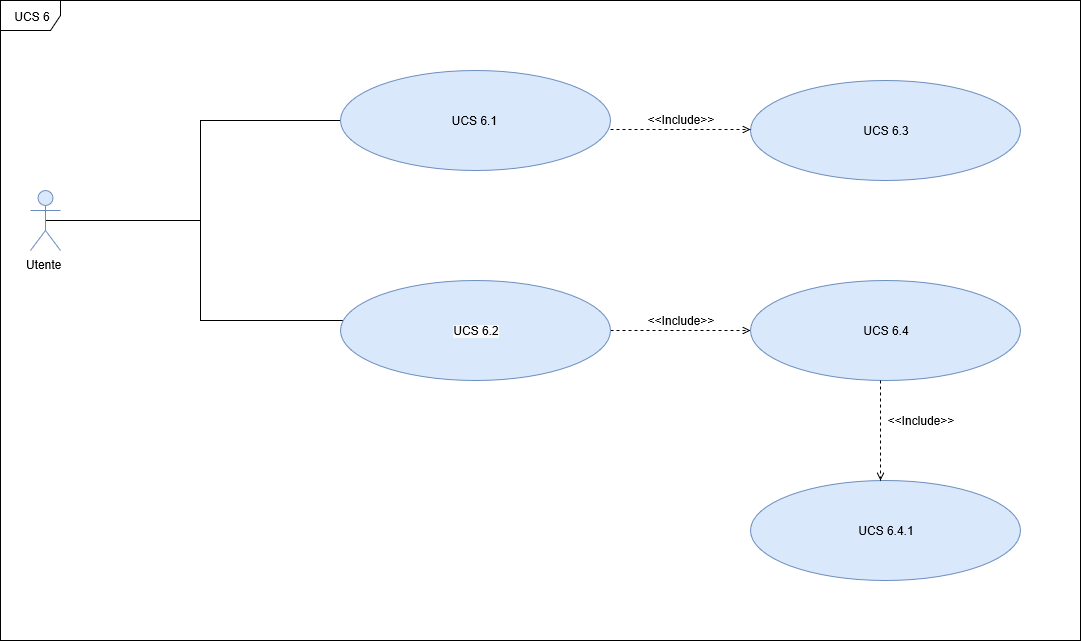
Above: DocumentazioneEsterna/AnalisiRequisiti/sezioni/UseCase/Immagini/UCS6.png in qb-team/Stalker-Documentazione (draw.io), before the change. Source tidied: cells renumbered, new cells last; positions are measured from the earlier drawing's top-left corner, leaving out a move shared by most shapes.
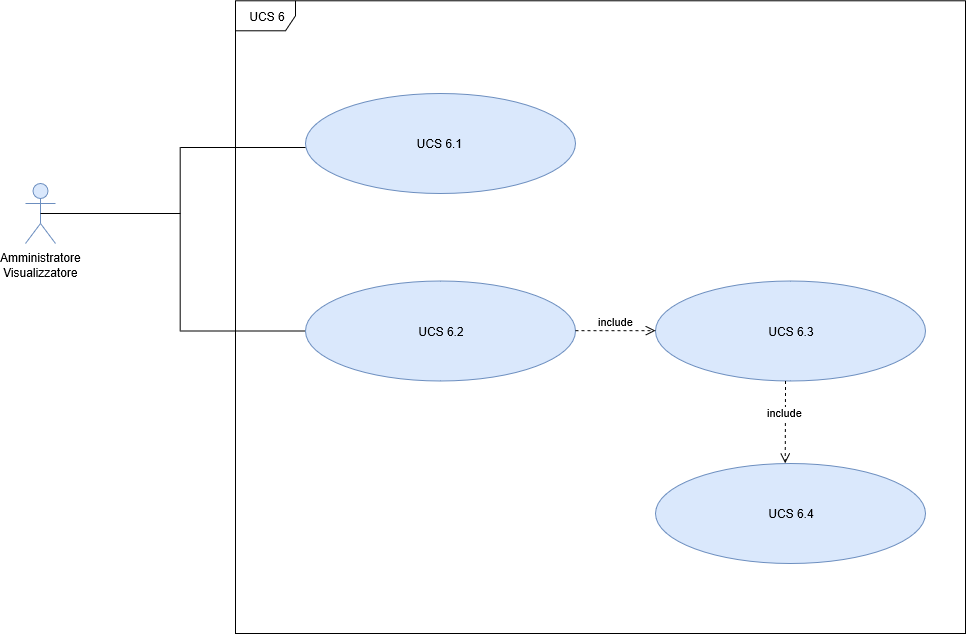
The same file after the commit.

Diff of the diagram source:
```diff
@@ -2,63 +2,46 @@
   <root>
     <mxCell id="0" />
     <mxCell id="1" parent="0" />
+    <mxCell id="17" style="line;strokeWidth=1;fillColor=none;align=left;verticalAlign=middle;spacingTop=-1;spacingLeft=3;spacingRight=3;labelPosition=right;verticalLabelPosition=middle;rotation=90;" parent="1" vertex="1">
+      <mxGeometry x="92.2" y="215.8" width="185" height="60" as="geometry" />
+    </mxCell>
     <mxCell id="2" value="UCS 6" style="shape=umlFrame;whiteSpace=wrap;html=1;" parent="1" vertex="1">
-      <mxGeometry width="1080" height="640" as="geometry" />
+      <mxGeometry x="240" y="7.3" width="730" height="632.7" as="geometry" />
     </mxCell>
-    <mxCell id="3" style="edgeStyle=orthogonalEdgeStyle;rounded=0;jettySize=auto;html=1;exitX=0.5;exitY=0.5;exitDx=0;exitDy=0;exitPerimeter=0;endArrow=none;endFill=0;" parent="1" edge="1" source="4" target="8">
-      <mxGeometry relative="1" as="geometry">
-        <Array as="points">
-          <mxPoint x="200" y="220" />
-          <mxPoint x="200" y="320" />
-        </Array>
-      </mxGeometry>
-    </mxCell>
-    <mxCell id="4" value="Utente&amp;nbsp;" style="shape=umlActor;verticalLabelPosition=bottom;labelBackgroundColor=#ffffff;verticalAlign=top;html=1;fillColor=#dae8fc;strokeColor=#6c8ebf;" parent="1" vertex="1">
+    <mxCell id="4" value="Amministratore&lt;br&gt;Visualizzatore" style="shape=umlActor;verticalLabelPosition=bottom;labelBackgroundColor=#ffffff;verticalAlign=top;html=1;fillColor=#dae8fc;strokeColor=#6c8ebf;" parent="1" vertex="1">
       <mxGeometry x="30" y="190" width="30" height="60" as="geometry" />
     </mxCell>
-    <mxCell id="5" style="edgeStyle=orthogonalEdgeStyle;rounded=0;jettySize=auto;html=1;exitX=0;exitY=0.5;exitDx=0;exitDy=0;endArrow=none;endFill=0;" parent="1" edge="1" source="6">
-      <mxGeometry relative="1" as="geometry">
-        <mxPoint x="200" y="230" as="targetPoint" />
-      </mxGeometry>
-    </mxCell>
     <mxCell id="6" value="UCS 6.1&amp;nbsp;" style="ellipse;whiteSpace=wrap;html=1;fillColor=#dae8fc;strokeColor=#6c8ebf;" parent="1" vertex="1">
-      <mxGeometry x="340" y="70" width="270" height="100" as="geometry" />
+      <mxGeometry x="310" y="100" width="270" height="100" as="geometry" />
     </mxCell>
-    <mxCell id="7" style="edgeStyle=orthogonalEdgeStyle;rounded=0;jettySize=auto;html=1;exitX=1;exitY=0.5;exitDx=0;exitDy=0;entryX=0;entryY=0.5;entryDx=0;entryDy=0;dashed=1;startArrow=none;startFill=0;endArrow=open;endFill=0;" parent="1" edge="1" source="8" target="10">
-      <mxGeometry relative="1" as="geometry" />
-    </mxCell>
-    <mxCell id="8" value="&lt;span style=&quot;display: inline ; float: none ; background-color: rgb(248 , 249 , 250) ; color: rgb(0 , 0 , 0) ; font-family: &amp;#34;helvetica&amp;#34; ; font-size: 12px ; font-style: normal ; font-variant: normal ; font-weight: normal ; letter-spacing: normal ; line-height: 1.2 ; overflow-wrap: normal ; text-align: center ; text-decoration: none ; text-indent: 0px ; text-transform: none ; white-space: normal ; word-spacing: 0px&quot;&gt;UCS 6.2&lt;/span&gt;" style="ellipse;whiteSpace=wrap;html=1;fillColor=#dae8fc;strokeColor=#6c8ebf;" parent="1" vertex="1">
-      <mxGeometry x="340" y="280" width="270" height="100" as="geometry" />
-    </mxCell>
-    <mxCell id="9" value="UCS 6.3" style="ellipse;whiteSpace=wrap;html=1;fillColor=#dae8fc;strokeColor=#6c8ebf;" parent="1" vertex="1">
-      <mxGeometry x="750" y="80" width="270" height="100" as="geometry" />
+    <mxCell id="9" value="UCS 6.2" style="ellipse;whiteSpace=wrap;html=1;fillColor=#dae8fc;strokeColor=#6c8ebf;" parent="1" vertex="1">
+      <mxGeometry x="310" y="287.5" width="270" height="100" as="geometry" />
     </mxCell>
-    <mxCell id="10" value="UCS 6.4" style="ellipse;whiteSpace=wrap;html=1;fillColor=#dae8fc;strokeColor=#6c8ebf;" parent="1" vertex="1">
-      <mxGeometry x="750" y="280" width="270" height="100" as="geometry" />
+    <mxCell id="10" value="UCS 6.3" style="ellipse;whiteSpace=wrap;html=1;fillColor=#dae8fc;strokeColor=#6c8ebf;" parent="1" vertex="1">
+      <mxGeometry x="660" y="287.5" width="270" height="100" as="geometry" />
     </mxCell>
-    <mxCell id="11" value="&amp;lt;&amp;lt;Include&amp;gt;&amp;gt;" style="text;html=1;strokeColor=none;fillColor=none;align=center;verticalAlign=middle;whiteSpace=wrap;rounded=0;" parent="1" vertex="1">
-      <mxGeometry x="660" y="310" width="40" height="20" as="geometry" />
-    </mxCell>
-    <mxCell id="12" value="UCS 6.4.1" style="ellipse;whiteSpace=wrap;html=1;fillColor=#dae8fc;strokeColor=#6c8ebf;" parent="1" vertex="1">
-      <mxGeometry x="750" y="480" width="270" height="100" as="geometry" />
-    </mxCell>
-    <mxCell id="13" style="edgeStyle=orthogonalEdgeStyle;rounded=0;orthogonalLoop=1;jettySize=auto;html=1;exitX=1;exitY=0.5;exitDx=0;exitDy=0;entryX=0;entryY=0.5;entryDx=0;entryDy=0;dashed=1;startArrow=none;startFill=0;endArrow=open;endFill=0;" parent="1" edge="1">
-      <mxGeometry relative="1" as="geometry">
-        <mxPoint x="610" y="129" as="sourcePoint" />
-        <mxPoint x="750" y="129" as="targetPoint" />
-      </mxGeometry>
-    </mxCell>
-    <mxCell id="14" value="&amp;lt;&amp;lt;Include&amp;gt;&amp;gt;" style="text;html=1;strokeColor=none;fillColor=none;align=center;verticalAlign=middle;whiteSpace=wrap;rounded=0;" parent="1" vertex="1">
-      <mxGeometry x="660" y="109" width="40" height="20" as="geometry" />
-    </mxCell>
-    <mxCell id="15" style="edgeStyle=orthogonalEdgeStyle;rounded=0;orthogonalLoop=1;jettySize=auto;html=1;exitX=1;exitY=0.5;exitDx=0;exitDy=0;dashed=1;startArrow=none;startFill=0;endArrow=open;endFill=0;" parent="1" edge="1">
-      <mxGeometry relative="1" as="geometry">
-        <mxPoint x="880" y="380" as="sourcePoint" />
-        <mxPoint x="880" y="480" as="targetPoint" />
-      </mxGeometry>
-    </mxCell>
-    <mxCell id="16" value="&amp;lt;&amp;lt;Include&amp;gt;&amp;gt;" style="text;html=1;strokeColor=none;fillColor=none;align=center;verticalAlign=middle;whiteSpace=wrap;rounded=0;" parent="1" vertex="1">
-      <mxGeometry x="900" y="410" width="40" height="20" as="geometry" />
-    </mxCell>
+    <mxCell id="18" style="line;strokeWidth=1;fillColor=none;align=left;verticalAlign=middle;spacingTop=-1;spacingLeft=3;spacingRight=3;labelPosition=right;" parent="1" vertex="1">
+      <mxGeometry x="45" y="216" width="140" height="8" as="geometry" />
+    </mxCell>
+    <mxCell id="19" style="line;strokeWidth=1;fillColor=none;align=left;verticalAlign=middle;spacingTop=-1;spacingLeft=3;spacingRight=3;labelPosition=right;" parent="1" vertex="1">
+      <mxGeometry x="185" y="150" width="125" height="8" as="geometry" />
+    </mxCell>
+    <mxCell id="20" style="line;strokeWidth=1;fillColor=none;align=left;verticalAlign=middle;spacingTop=-1;spacingLeft=3;spacingRight=3;labelPosition=right;" parent="1" vertex="1">
+      <mxGeometry x="185" y="333.5" width="125" height="8" as="geometry" />
+    </mxCell>
+    <mxCell id="21" value="include" style="html=1;verticalAlign=bottom;endArrow=open;dashed=1;endSize=8;" parent="1" edge="1">
+      <mxGeometry relative="1" as="geometry">
+        <mxPoint x="580" y="337.2" as="sourcePoint" />
+        <mxPoint x="660" y="337.2" as="targetPoint" />
+      </mxGeometry>
+    </mxCell>
+    <mxCell id="22" value="include" style="html=1;verticalAlign=bottom;endArrow=open;dashed=1;endSize=8;entryX=0.753;entryY=0.731;entryDx=0;entryDy=0;entryPerimeter=0;" parent="1" edge="1" target="2">
+      <mxGeometry relative="1" as="geometry">
+        <mxPoint x="790" y="387.5" as="sourcePoint" />
+      </mxGeometry>
+    </mxCell>
+    <mxCell id="23" value="UCS 6.4" style="ellipse;whiteSpace=wrap;html=1;fillColor=#dae8fc;strokeColor=#6c8ebf;" parent="1" vertex="1">
+      <mxGeometry x="660" y="470" width="270" height="100" as="geometry" />
+    </mxCell>
   </root>
 </mxGraphModel>
```
